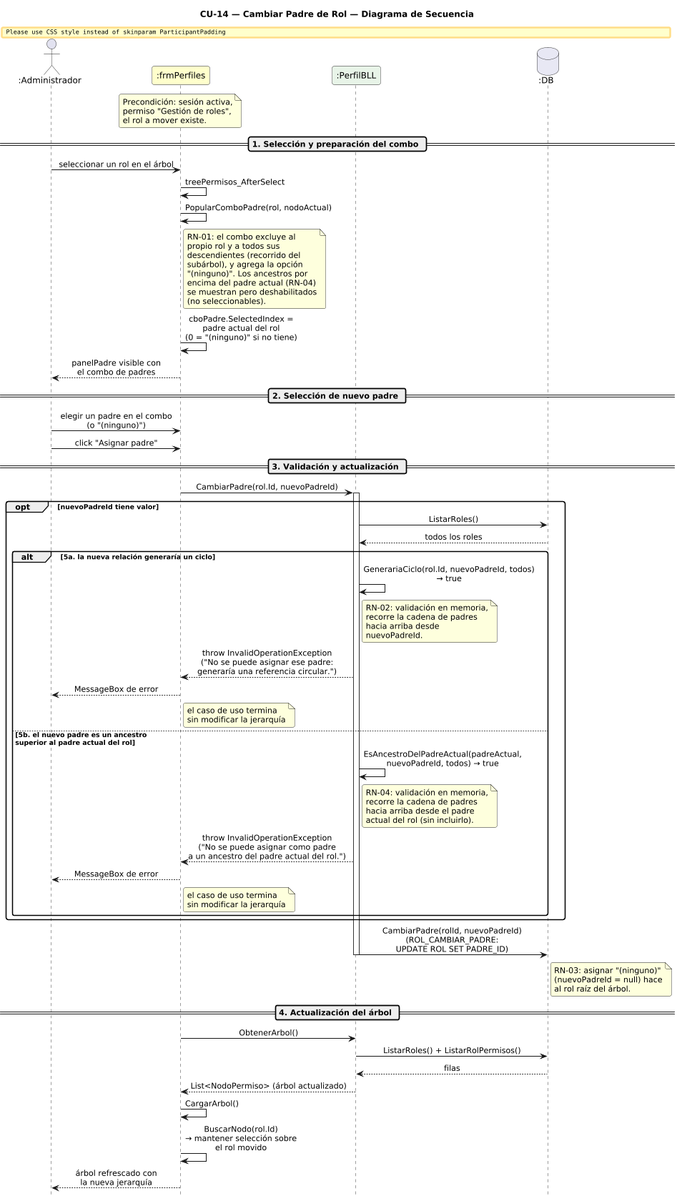
Jesifu/club-de-vinos-td keeps this PlantUML diagram as DIAGRAMAS/DiagramaSecuencia_CU14_CambiarPadreRol.png. Above is the earlier version.
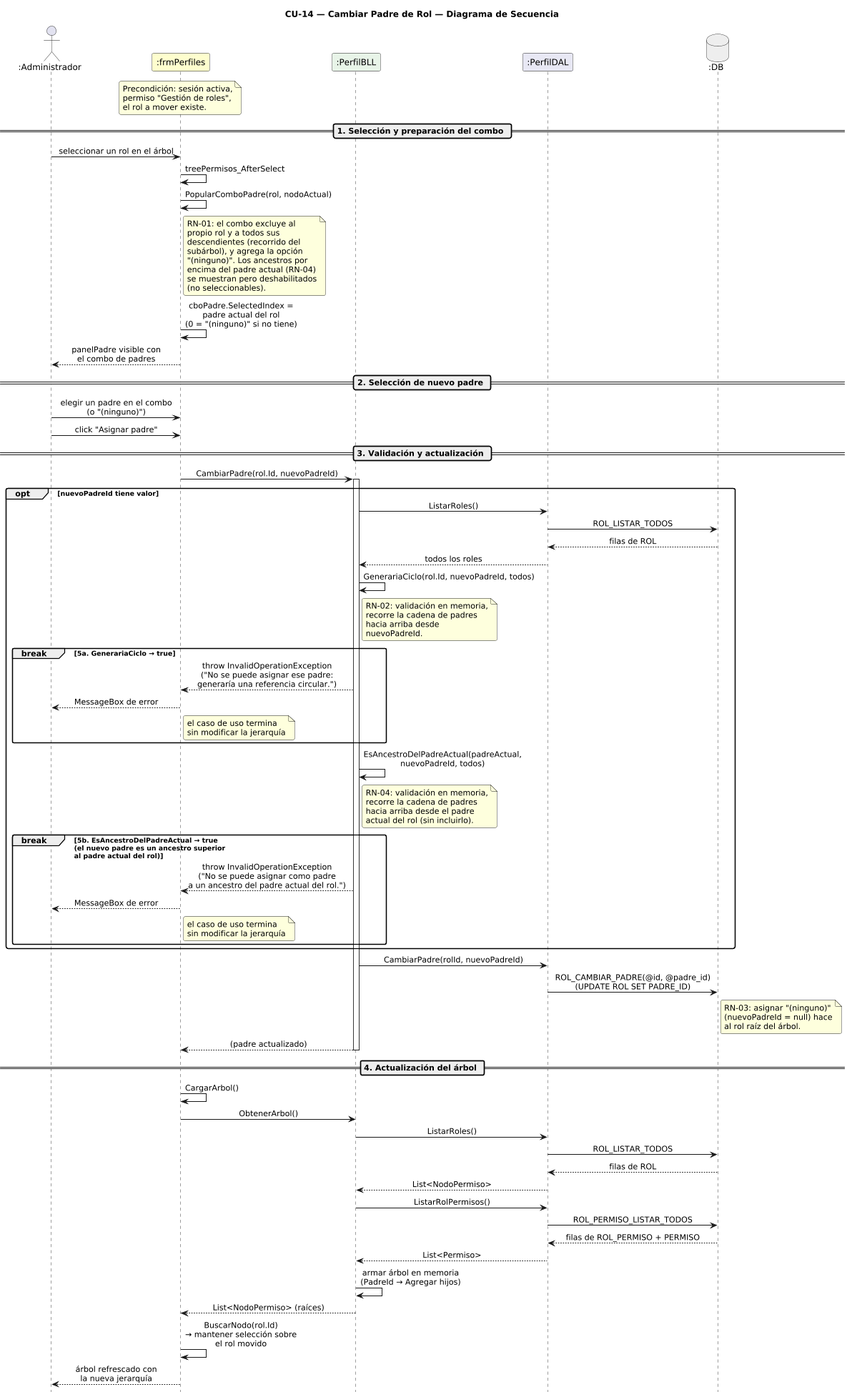
After the commit.

What changed in the source:
```diff
@@ -5,15 +5,15 @@
 skinparam shadowing false
 skinparam roundcorner 6
 skinparam sequenceArrowThickness 1.2
-skinparam ParticipantPadding 14
 skinparam sequenceMessageAlign center
 hide footbox
 scale 0.85
 
-actor       ":Administrador"  as A
-participant ":frmPerfiles"    as FP #FEFECE
-participant ":PerfilBLL"      as PB #E8F4E8
-database    ":DB"             as DB #E8E8F4
+actor       ":Administrador" as A
+participant ":frmPerfiles"   as FP #FEFECE
+participant ":PerfilBLL"     as PB #E8F4E8
+participant ":PerfilDAL"     as PD #E8E8F4
+database    ":DB"            as DB #EEEEEE
 
 note over FP
   Precondición: sesión activa,
@@ -50,49 +50,62 @@
 activate PB
 
 opt nuevoPadreId tiene valor
-  PB -> DB : ListarRoles()
-  DB --> PB : todos los roles
+  PB -> PD : ListarRoles()
+  PD -> DB : ROL_LISTAR_TODOS
+  DB --> PD : filas de ROL
+  PD --> PB : todos los roles
 
-  alt 5a. la nueva relación generaría un ciclo
-    PB -> PB : GenerariaCiclo(rol.Id, nuevoPadreId, todos)\n→ true
-    note right of PB
-      RN-02: validación en memoria,
-      recorre la cadena de padres
-      hacia arriba desde
-      nuevoPadreId.
-    end note
+  PB -> PB : GenerariaCiclo(rol.Id, nuevoPadreId, todos)
+  note right of PB
+    RN-02: validación en memoria,
+    recorre la cadena de padres
+    hacia arriba desde
+    nuevoPadreId.
+  end note
+  break 5a. GenerariaCiclo → true
     PB --> FP : throw InvalidOperationException\n("No se puede asignar ese padre:\ngeneraría una referencia circular.")
     FP --> A : MessageBox de error
     note right of FP : el caso de uso termina\nsin modificar la jerarquía
-  else 5b. el nuevo padre es un ancestro\nsuperior al padre actual del rol
-    PB -> PB : EsAncestroDelPadreActual(padreActual,\nnuevoPadreId, todos) → true
-    note right of PB
-      RN-04: validación en memoria,
-      recorre la cadena de padres
-      hacia arriba desde el padre
-      actual del rol (sin incluirlo).
-    end note
+  end
+
+  PB -> PB : EsAncestroDelPadreActual(padreActual,\nnuevoPadreId, todos)
+  note right of PB
+    RN-04: validación en memoria,
+    recorre la cadena de padres
+    hacia arriba desde el padre
+    actual del rol (sin incluirlo).
+  end note
+  break 5b. EsAncestroDelPadreActual → true\n(el nuevo padre es un ancestro superior\nal padre actual del rol)
     PB --> FP : throw InvalidOperationException\n("No se puede asignar como padre\na un ancestro del padre actual del rol.")
     FP --> A : MessageBox de error
     note right of FP : el caso de uso termina\nsin modificar la jerarquía
   end
 end
 
-PB -> DB : CambiarPadre(rolId, nuevoPadreId)\n(ROL_CAMBIAR_PADRE:\nUPDATE ROL SET PADRE_ID)
+PB -> PD : CambiarPadre(rolId, nuevoPadreId)
+PD -> DB : ROL_CAMBIAR_PADRE(@id, @padre_id)\n(UPDATE ROL SET PADRE_ID)
 note right of DB
   RN-03: asignar "(ninguno)"
   (nuevoPadreId = null) hace
   al rol raíz del árbol.
 end note
+PB --> FP : (padre actualizado)
 deactivate PB
 
 == 4. Actualización del árbol ==
 
+FP -> FP : CargarArbol()
 FP -> PB : ObtenerArbol()
-PB -> DB : ListarRoles() + ListarRolPermisos()
-DB --> PB : filas
-PB --> FP : List<NodoPermiso> (árbol actualizado)
-FP -> FP : CargarArbol()
+PB -> PD : ListarRoles()
+PD -> DB : ROL_LISTAR_TODOS
+DB --> PD : filas de ROL
+PD --> PB : List<NodoPermiso>
+PB -> PD : ListarRolPermisos()
+PD -> DB : ROL_PERMISO_LISTAR_TODOS
+DB --> PD : filas de ROL_PERMISO + PERMISO
+PD --> PB : List<Permiso>
+PB -> PB : armar árbol en memoria\n(PadreId → Agregar hijos)
+PB --> FP : List<NodoPermiso> (raíces)
 FP -> FP : BuscarNodo(rol.Id)\n→ mantener selección sobre\nel rol movido
 FP --> A : árbol refrescado con\nla nueva jerarquía
 
```
